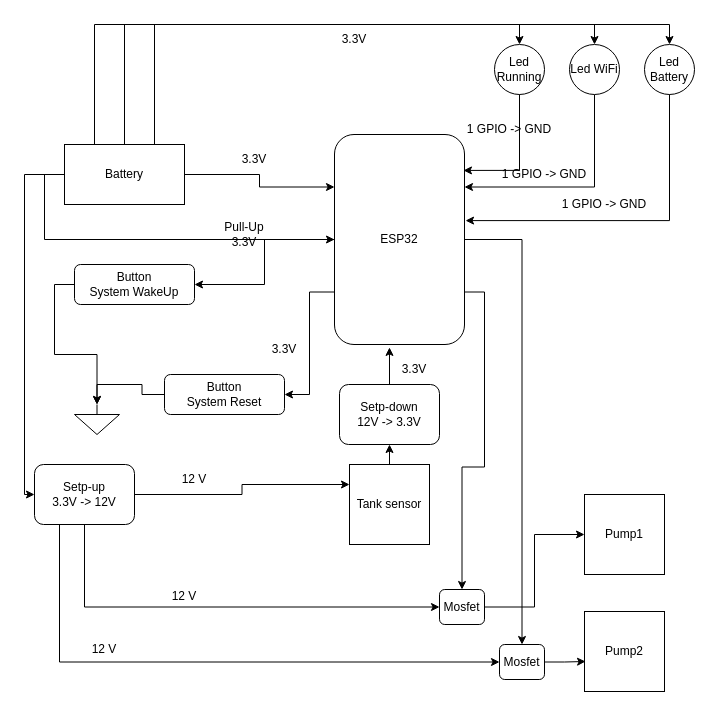
The draw.io diagram 01_Hardware/GeneralSchematics.drawio in marcy05/sprinkler, before the edit. Source tidied: cells renumbered, new cells numbered last; positions are measured from the earlier drawing's top-left corner, leaving out a move shared by most shapes. Both pictures are drawn from the tidied source at 100%, with x=0, y=0 at pixel (24, 24).
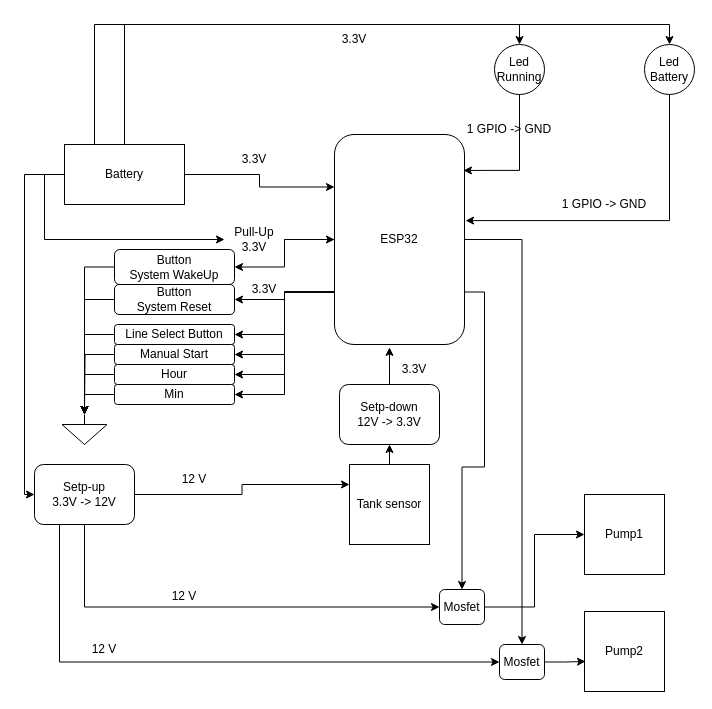
Above is the later version.

Commit message (it also covers changes not shown here):
removed WiFi part from the project

The change refers to these unchanged cells:
```xml
<mxCell id="8" value="ESP32" style="rounded=1;whiteSpace=wrap;html=1;" parent="1" vertex="1">
  <mxGeometry x="310" y="110" width="130" height="210" as="geometry" />
</mxCell>
<mxCell id="19" value="Battery" style="rounded=0;whiteSpace=wrap;html=1;" parent="1" vertex="1">
  <mxGeometry x="40" y="120" width="120" height="60" as="geometry" />
</mxCell>
```

What changed in the source:
```diff
@@
-    <mxCell id="3" style="edgeStyle=orthogonalEdgeStyle;rounded=0;jettySize=auto;html=1;exitX=0.75;exitY=0;exitDx=0;exitDy=0;entryX=0.5;entryY=0;entryDx=0;entryDy=0;" parent="1" edge="1" source="19" target="13">
-      <mxGeometry relative="1" as="geometry">
-        <Array as="points">
-          <mxPoint x="130" />
-          <mxPoint x="570" />
-        </Array>
-      </mxGeometry>
-    </mxCell>
@@
+    <mxCell id="50" style="edgeStyle=orthogonalEdgeStyle;rounded=0;jettySize=auto;html=1;exitX=0;exitY=0.75;exitDx=0;exitDy=0;entryX=1;entryY=0.5;entryDx=0;entryDy=0;" parent="1" edge="1" source="8" target="54">
+      <mxGeometry relative="1" as="geometry" />
+    </mxCell>
+    <mxCell id="51" style="edgeStyle=orthogonalEdgeStyle;rounded=0;jettySize=auto;html=1;exitX=0;exitY=0.75;exitDx=0;exitDy=0;entryX=1;entryY=0.5;entryDx=0;entryDy=0;" parent="1" edge="1" source="8" target="56">
+      <mxGeometry relative="1" as="geometry" />
+    </mxCell>
+    <mxCell id="52" style="edgeStyle=orthogonalEdgeStyle;rounded=0;jettySize=auto;html=1;exitX=0;exitY=0.75;exitDx=0;exitDy=0;entryX=1;entryY=0.5;entryDx=0;entryDy=0;" parent="1" edge="1" source="8" target="57">
+      <mxGeometry relative="1" as="geometry" />
+    </mxCell>
+    <mxCell id="53" style="edgeStyle=orthogonalEdgeStyle;rounded=0;jettySize=auto;html=1;exitX=0;exitY=0.75;exitDx=0;exitDy=0;entryX=1;entryY=0.5;entryDx=0;entryDy=0;" parent="1" edge="1" source="8" target="58">
+      <mxGeometry relative="1" as="geometry" />
+    </mxCell>
@@
-    <mxCell id="12" style="edgeStyle=orthogonalEdgeStyle;rounded=0;jettySize=auto;html=1;exitX=0.5;exitY=1;exitDx=0;exitDy=0;entryX=1;entryY=0.25;entryDx=0;entryDy=0;" parent="1" edge="1" source="13" target="8">
-      <mxGeometry relative="1" as="geometry">
-        <Array as="points">
-          <mxPoint x="570" y="163" />
-        </Array>
-      </mxGeometry>
-    </mxCell>
-    <mxCell id="13" value="Led WiFi" style="ellipse;whiteSpace=wrap;html=1;" parent="1" vertex="1">
-      <mxGeometry x="545" y="20" width="50" height="50" as="geometry" />
-    </mxCell>
@@
-    <mxCell id="20" style="edgeStyle=orthogonalEdgeStyle;rounded=0;jettySize=auto;html=1;exitX=0;exitY=0.5;exitDx=0;exitDy=0;" parent="1" edge="1" source="21" target="47">
-      <mxGeometry relative="1" as="geometry" />
-    </mxCell>
     <mxCell id="21" value="Button&lt;div&gt;System WakeUp&lt;/div&gt;" style="rounded=1;whiteSpace=wrap;html=1;" parent="1" vertex="1">
-      <mxGeometry x="50" y="240" width="120" height="40" as="geometry" />
+      <mxGeometry x="90" y="225" width="120" height="35" as="geometry" />
     </mxCell>
     <mxCell id="22" value="Button&lt;div&gt;System Reset&lt;/div&gt;" style="rounded=1;whiteSpace=wrap;html=1;" parent="1" vertex="1">
-      <mxGeometry x="140" y="350" width="120" height="40" as="geometry" />
+      <mxGeometry x="90" y="260" width="120" height="30" as="geometry" />
     </mxCell>
@@
     <mxCell id="26" value="3.3V" style="text;html=1;align=center;verticalAlign=middle;whiteSpace=wrap;rounded=0;" parent="1" vertex="1">
-      <mxGeometry x="230" y="310" width="60" height="30" as="geometry" />
+      <mxGeometry x="210" y="250" width="60" height="30" as="geometry" />
     </mxCell>
@@
-    <mxCell id="32" value="Pull-Up 3.3V" style="text;html=1;align=center;verticalAlign=middle;whiteSpace=wrap;rounded=0;" parent="1" vertex="1">
-      <mxGeometry x="190" y="195" width="60" height="30" as="geometry" />
-    </mxCell>
@@
-    <mxCell id="42" value="1 GPIO -&amp;gt; GND" style="text;html=1;align=center;verticalAlign=middle;whiteSpace=wrap;rounded=0;" parent="1" vertex="1">
-      <mxGeometry x="475" y="135" width="90" height="30" as="geometry" />
-    </mxCell>
@@
     <mxCell id="47" style="verticalLabelPosition=bottom;shadow=0;dashed=0;align=center;html=1;verticalAlign=top;shape=mxgraph.electrical.signal_sources.signal_ground;" parent="1" vertex="1">
-      <mxGeometry x="50" y="380" width="45" height="30" as="geometry" />
+      <mxGeometry x="37.5" y="390" width="45" height="30" as="geometry" />
     </mxCell>
+    <mxCell id="54" value="Line Select Button" style="rounded=1;whiteSpace=wrap;html=1;" parent="1" vertex="1">
+      <mxGeometry x="90" y="300" width="120" height="20" as="geometry" />
+    </mxCell>
+    <mxCell id="55" style="edgeStyle=orthogonalEdgeStyle;rounded=0;jettySize=auto;html=1;" parent="1" edge="1" source="56">
+      <mxGeometry relative="1" as="geometry">
+        <mxPoint x="60" y="390" as="targetPoint" />
+      </mxGeometry>
+    </mxCell>
+    <mxCell id="56" value="Manual Start" style="rounded=1;whiteSpace=wrap;html=1;" parent="1" vertex="1">
+      <mxGeometry x="90" y="320" width="120" height="20" as="geometry" />
+    </mxCell>
+    <mxCell id="57" value="Hour" style="rounded=1;whiteSpace=wrap;html=1;" parent="1" vertex="1">
+      <mxGeometry x="90" y="340" width="120" height="20" as="geometry" />
+    </mxCell>
+    <mxCell id="58" value="Min" style="rounded=1;whiteSpace=wrap;html=1;" parent="1" vertex="1">
+      <mxGeometry x="90" y="360" width="120" height="20" as="geometry" />
+    </mxCell>
+    <mxCell id="59" style="edgeStyle=orthogonalEdgeStyle;rounded=0;jettySize=auto;html=1;exitX=0;exitY=0.5;exitDx=0;exitDy=0;entryX=0;entryY=0.5;entryDx=0;entryDy=0;" parent="1" edge="1" source="19" target="32">
+      <mxGeometry relative="1" as="geometry" />
+    </mxCell>
+    <mxCell id="60" style="edgeStyle=orthogonalEdgeStyle;rounded=0;jettySize=auto;html=1;entryX=0;entryY=0.5;entryDx=0;entryDy=0;" parent="1" edge="1" source="32" target="8">
+      <mxGeometry relative="1" as="geometry" />
+    </mxCell>
+    <mxCell id="32" value="Pull-Up 3.3V" style="text;html=1;align=center;verticalAlign=middle;whiteSpace=wrap;rounded=0;" parent="1" vertex="1">
+      <mxGeometry x="200" y="200" width="60" height="30" as="geometry" />
+    </mxCell>
+    <mxCell id="20" style="edgeStyle=orthogonalEdgeStyle;rounded=0;jettySize=auto;html=1;entryX=0.5;entryY=0;entryDx=0;entryDy=0;entryPerimeter=0;" parent="1" edge="1" source="21" target="47">
+      <mxGeometry relative="1" as="geometry" />
+    </mxCell>
-    <mxCell id="48" style="edgeStyle=orthogonalEdgeStyle;rounded=0;jettySize=auto;html=1;exitX=0;exitY=0.5;exitDx=0;exitDy=0;entryX=0.5;entryY=0;entryDx=0;entryDy=0;entryPerimeter=0;" parent="1" edge="1" source="22" target="47">
+    <mxCell id="48" style="edgeStyle=orthogonalEdgeStyle;rounded=0;jettySize=auto;html=1;entryX=0.5;entryY=0;entryDx=0;entryDy=0;entryPerimeter=0;" parent="1" edge="1" source="22" target="47">
       <mxGeometry relative="1" as="geometry" />
     </mxCell>
-    <mxCell id="49" style="edgeStyle=orthogonalEdgeStyle;rounded=0;jettySize=auto;html=1;exitX=0;exitY=0.5;exitDx=0;exitDy=0;entryX=0;entryY=0.5;entryDx=0;entryDy=0;" parent="1" edge="1" source="19" target="8">
-      <mxGeometry relative="1" as="geometry" />
-    </mxCell>
+    <mxCell id="61" style="edgeStyle=orthogonalEdgeStyle;rounded=0;jettySize=auto;html=1;entryX=0.5;entryY=0;entryDx=0;entryDy=0;entryPerimeter=0;" parent="1" edge="1" source="54" target="47">
+      <mxGeometry relative="1" as="geometry" />
+    </mxCell>
+    <mxCell id="62" style="edgeStyle=orthogonalEdgeStyle;rounded=0;jettySize=auto;html=1;entryX=0.5;entryY=0;entryDx=0;entryDy=0;entryPerimeter=0;" parent="1" edge="1" source="57" target="47">
+      <mxGeometry relative="1" as="geometry" />
+    </mxCell>
+    <mxCell id="63" style="edgeStyle=orthogonalEdgeStyle;rounded=0;jettySize=auto;html=1;entryX=0.5;entryY=0;entryDx=0;entryDy=0;entryPerimeter=0;" parent="1" edge="1" source="58" target="47">
+      <mxGeometry relative="1" as="geometry" />
+    </mxCell>
```
